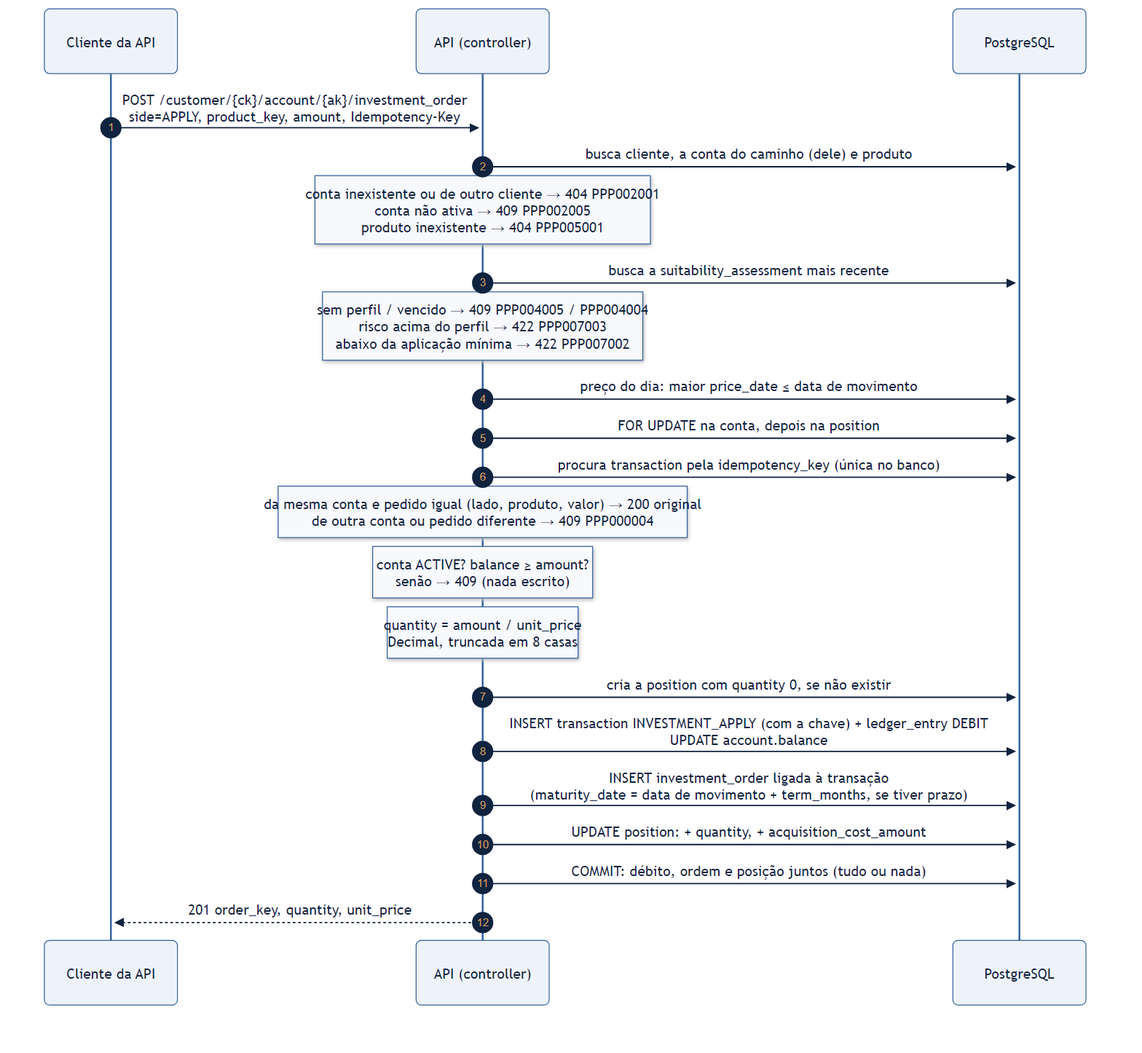
Before: docs/diagramas/aplicacao.png, a diagram exported from Mermaid (heluylucas/bootcamp-qi-tech-presidas-). Its source is kept beside it as docs/diagramas/aplicacao.mmd.
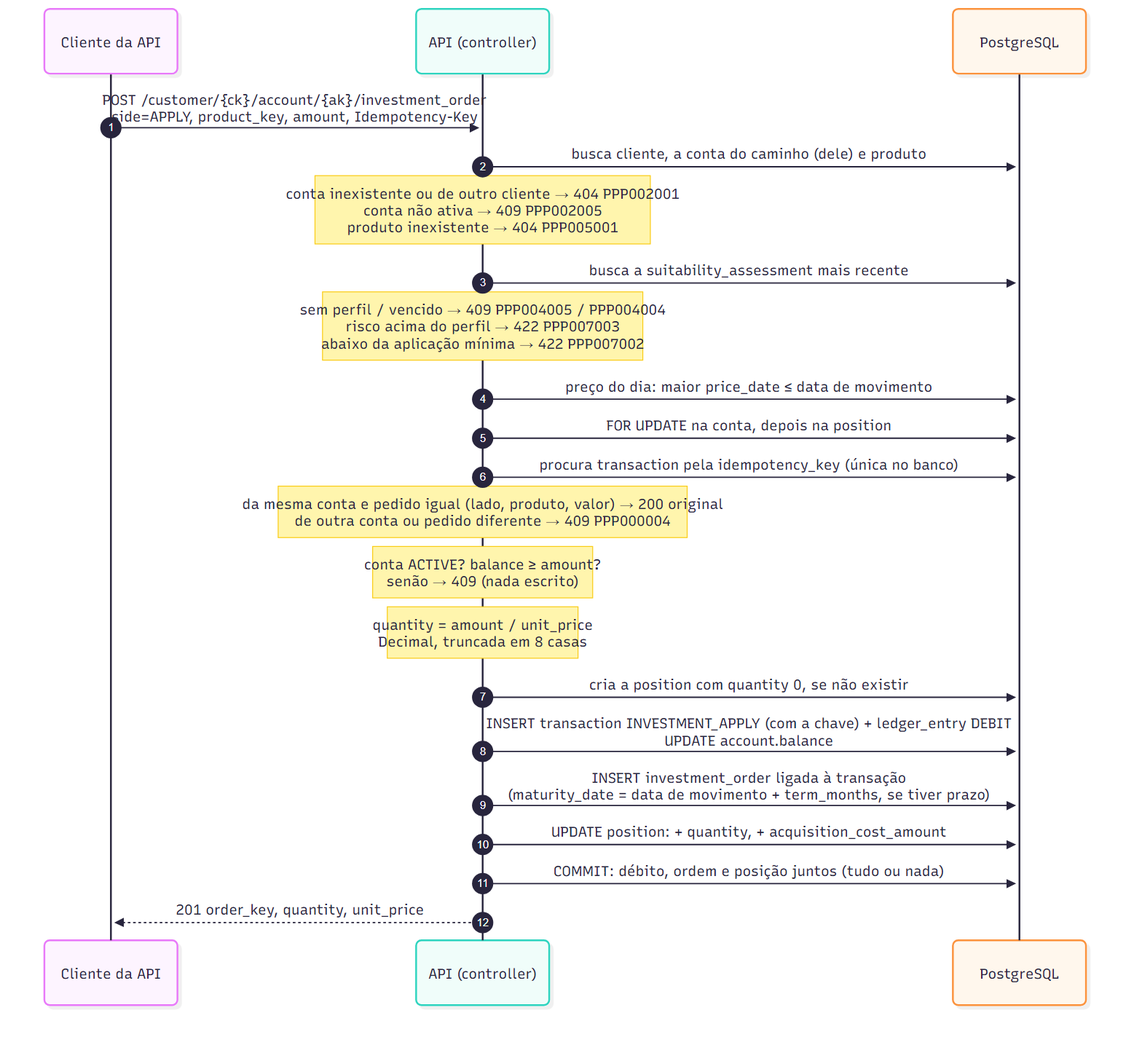
After the change.

The edit, as a diff of the source:
```diff
@@ -1,17 +1,3 @@
----
-config:
-  theme: base
-  themeVariables:
-    primaryColor: "#eef3fb"
-    primaryBorderColor: "#2f5f9e"
-    primaryTextColor: "#10233f"
-    lineColor: "#2f5f9e"
-    secondaryColor: "#f7f9fd"
-    tertiaryColor: "#ffffff"
-    noteBkgColor: "#f7f9fd"
-    noteBorderColor: "#2f5f9e"
-    noteTextColor: "#10233f"
----
 sequenceDiagram
     autonumber
     participant C as Cliente da API
```
